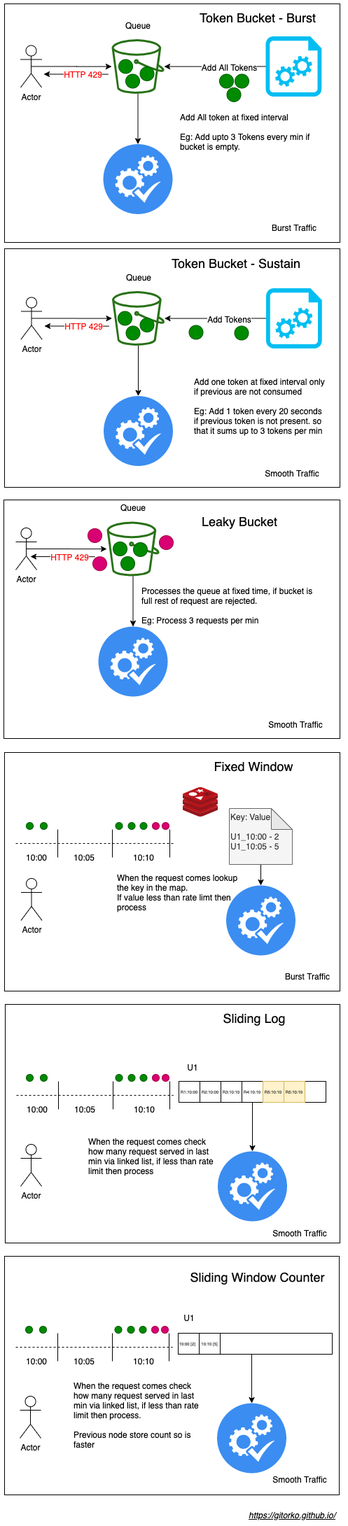
Above: post/grokking-the-coding-interview/rate-limit.png in gitorko/gitorko.github.io (draw.io), before the change. Source tidied: cells renumbered, new cells last; positions are measured from the earlier drawing's top-left corner, leaving out a move shared by most shapes.
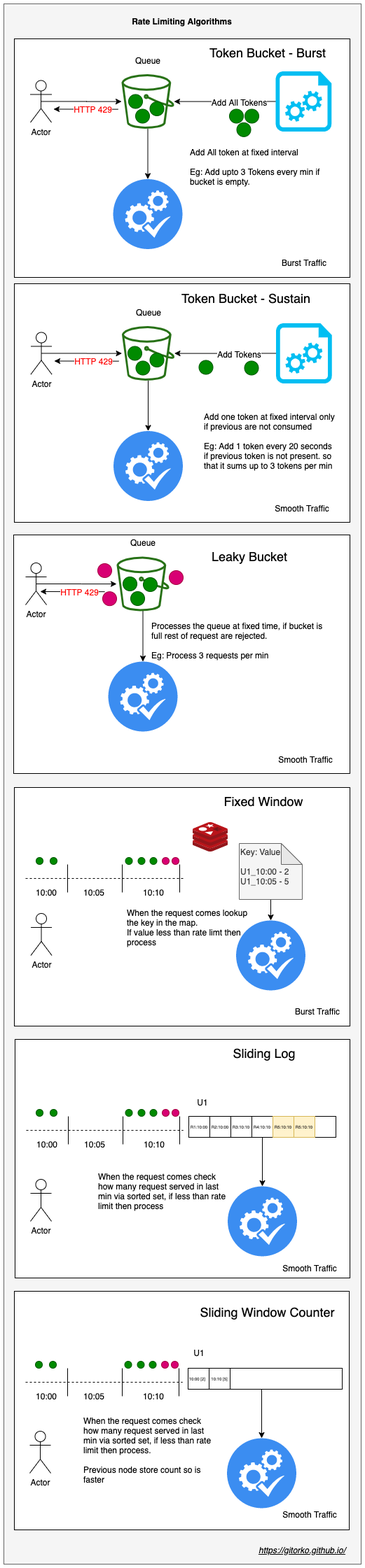
The same diagram one commit later.

Change to the diagram source:
```diff
@@ -2,6 +2,9 @@
   <root>
     <mxCell id="0" />
     <mxCell id="1" parent="0" />
+    <mxCell id="143" style="rounded=0;whiteSpace=wrap;html=1;fillColor=#f5f5f5;strokeColor=#666666;fontColor=#333333;" parent="1" vertex="1">
+      <mxGeometry x="-14" y="-50" width="510" height="2230" as="geometry" />
+    </mxCell>
     <mxCell id="2" style="rounded=0;whiteSpace=wrap;html=1;" parent="1" vertex="1">
       <mxGeometry x="1" width="479" height="341" as="geometry" />
     </mxCell>
@@ -229,7 +232,7 @@
     <mxCell id="68" style="html=1;strokeColor=none;shadow=0;align=center;verticalAlign=top;fillColor=#3B8DF1;shape=mxgraph.gcp2.systems_check;" parent="1" vertex="1">
       <mxGeometry x="305.5" y="1640" width="99" height="100" as="geometry" />
     </mxCell>
-    <mxCell id="69" value="&lt;br&gt;When the request comes check how many request served in last min via linked list, if less than rate limit then process" style="text;html=1;strokeColor=none;fillColor=none;align=left;verticalAlign=middle;whiteSpace=wrap;rounded=0;" parent="1" vertex="1">
+    <mxCell id="69" value="&lt;br&gt;When the request comes check how many request served in last min via sorted set, if less than rate limit then process" style="text;html=1;strokeColor=none;fillColor=none;align=left;verticalAlign=middle;whiteSpace=wrap;rounded=0;" parent="1" vertex="1">
       <mxGeometry x="119" y="1600" width="194" height="80" as="geometry" />
     </mxCell>
     <mxCell id="70" style="rounded=0;whiteSpace=wrap;html=1;" parent="1" vertex="1">
@@ -467,7 +470,7 @@
     <mxCell id="139" value="U1" style="text;html=1;strokeColor=none;fillColor=none;align=center;verticalAlign=middle;whiteSpace=wrap;rounded=0;" parent="1" vertex="1">
       <mxGeometry x="250" y="1510" width="40" height="20" as="geometry" />
     </mxCell>
-    <mxCell id="140" value="&lt;br&gt;When the request comes check how many request served in last min via linked list, if less than rate limit then process.&lt;br&gt;&lt;br&gt;Previous node store count so is faster" style="text;html=1;strokeColor=none;fillColor=none;align=left;verticalAlign=middle;whiteSpace=wrap;rounded=0;" parent="1" vertex="1">
+    <mxCell id="140" value="&lt;br&gt;When the request comes check how many request served in last min via sorted set, if less than rate limit then process.&lt;br&gt;&lt;br&gt;Previous node store count so is faster" style="text;html=1;strokeColor=none;fillColor=none;align=left;verticalAlign=middle;whiteSpace=wrap;rounded=0;" parent="1" vertex="1">
       <mxGeometry x="98" y="1950" width="194" height="120" as="geometry" />
     </mxCell>
     <mxCell id="141" value="U1" style="text;html=1;strokeColor=none;fillColor=none;align=center;verticalAlign=middle;whiteSpace=wrap;rounded=0;" parent="1" vertex="1">
@@ -476,5 +479,8 @@
     <mxCell id="142" value="https://gitorko.github.io/" style="text;html=1;strokeColor=none;fillColor=none;align=center;verticalAlign=middle;whiteSpace=wrap;rounded=0;fontStyle=6;" parent="1" vertex="1">
       <mxGeometry x="347" y="2150" width="130" height="20" as="geometry" />
     </mxCell>
+    <mxCell id="144" value="Rate Limiting Algorithms" style="text;html=1;strokeColor=none;fillColor=none;align=center;verticalAlign=middle;whiteSpace=wrap;rounded=0;fontStyle=1;" parent="1" vertex="1">
+      <mxGeometry x="154" y="-40" width="173" height="30" as="geometry" />
+    </mxCell>
   </root>
 </mxGraphModel>
```
